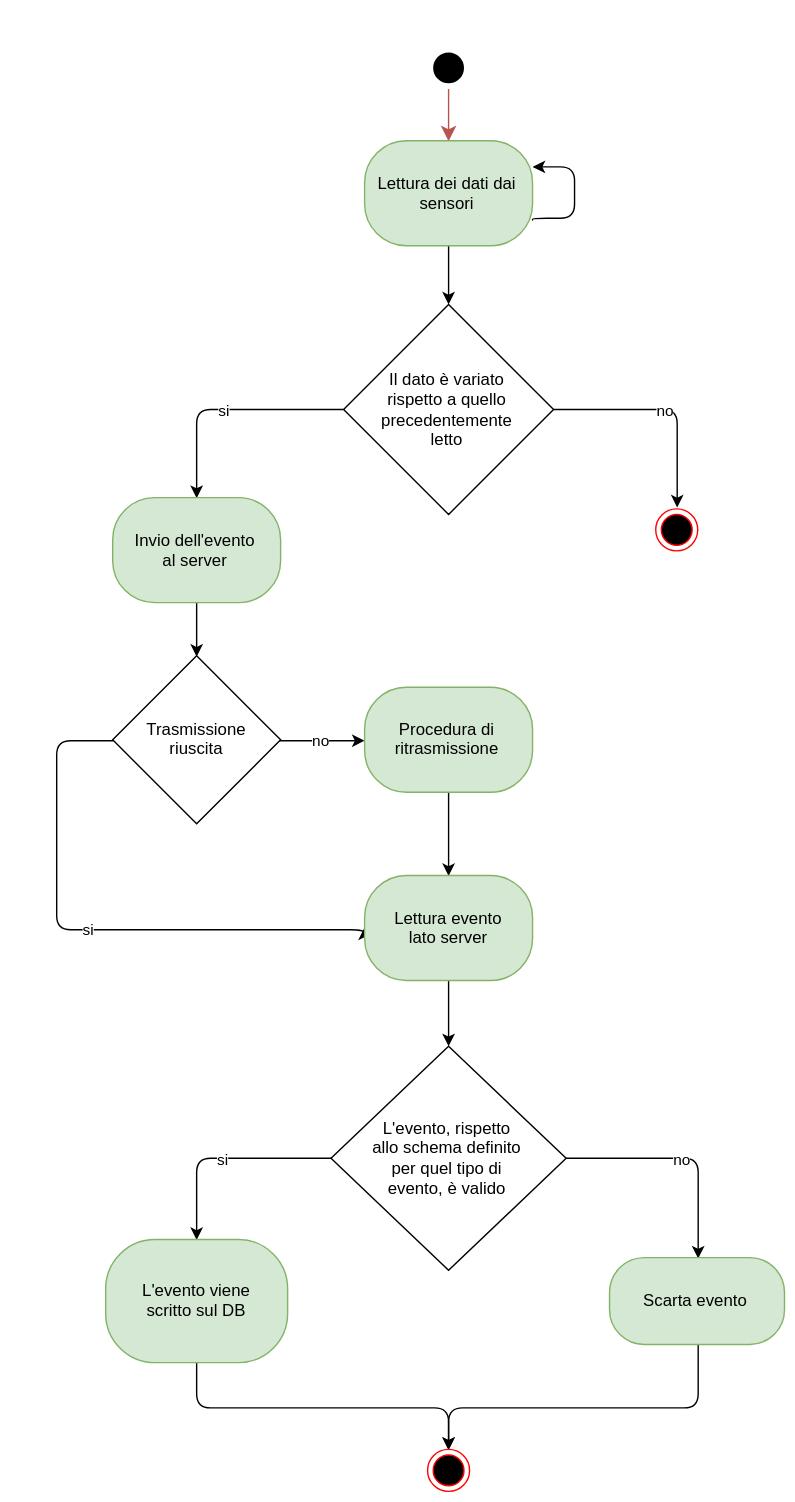
Above: resources/ValidazioneEvento.svg in Leaaaf/weatherment.io (draw.io), before the change. Source tidied: cells renumbered, new cells last; positions are measured from the earlier drawing's top-left corner, leaving out a move shared by most shapes.
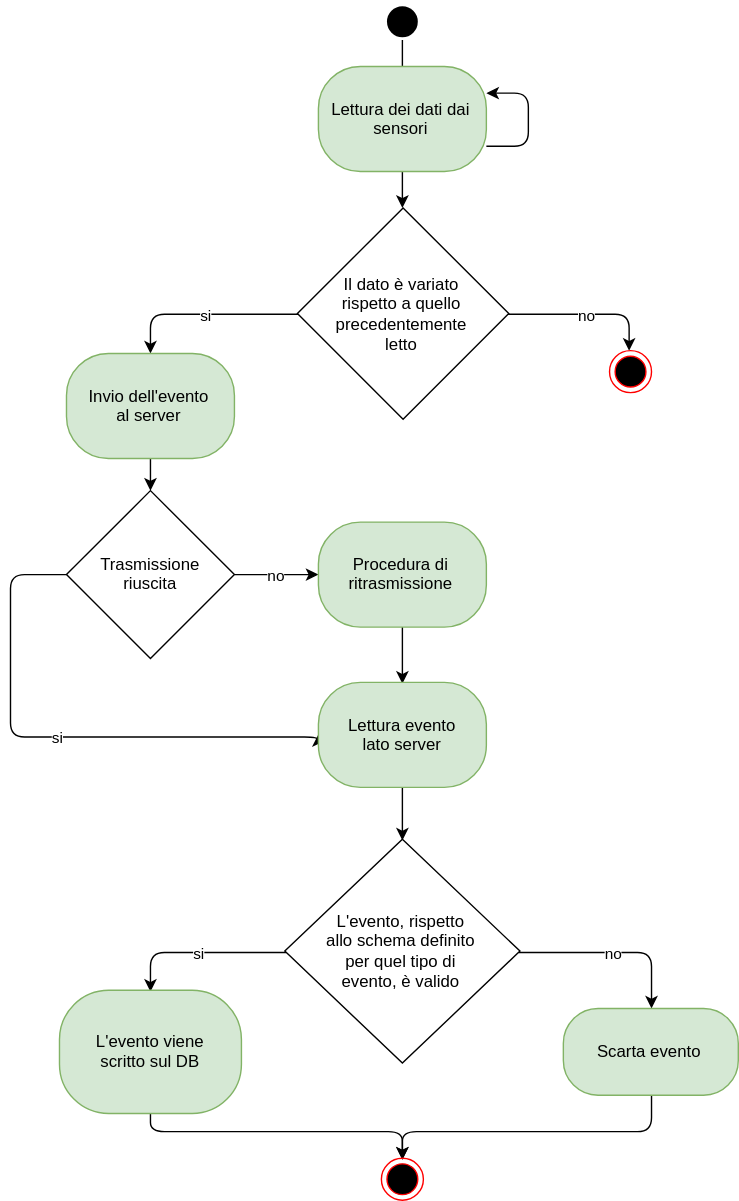
The same diagram one commit later.

Commit message:
Updated validazione evento

The edit, as a diff of the source:
```diff
@@ -2,26 +2,18 @@
   <root>
     <mxCell id="0" />
     <mxCell id="1" parent="0" />
+    <mxCell id="3" style="edgeStyle=orthogonalEdgeStyle;rounded=0;jettySize=auto;html=1;entryX=0.5;entryY=0;entryDx=0;entryDy=0;endArrow=none;endFill=0;" parent="1" edge="1" source="2" target="5">
+      <mxGeometry relative="1" as="geometry" />
+    </mxCell>
     <mxCell id="2" style="ellipse;html=1;shape=startState;fillColor=#000000;strokeColor=none;" parent="1" vertex="1">
-      <mxGeometry x="265" width="30" height="30" as="geometry" />
+      <mxGeometry x="265" y="-8" width="30" height="30" as="geometry" />
     </mxCell>
-    <mxCell id="3" style="edgeStyle=orthogonalEdgeStyle;html=1;verticalAlign=bottom;endArrow=classic;endSize=8;strokeColor=#b85450;entryX=0.5;entryY=0;entryDx=0;entryDy=0;endFill=1;fillColor=#f8cecc;" parent="1" edge="1" source="2" target="5">
-      <mxGeometry relative="1" as="geometry" />
-    </mxCell>
     <mxCell id="4" style="edgeStyle=orthogonalEdgeStyle;rounded=1;jettySize=auto;html=1;startArrow=none;startFill=0;endArrow=classic;endFill=1;strokeColor=#000000;entryX=0.5;entryY=0;entryDx=0;entryDy=0;" parent="1" edge="1" source="5" target="9">
       <mxGeometry relative="1" as="geometry" />
     </mxCell>
     <mxCell id="5" value="Lettura dei dati dai sensori" style="rounded=1;whiteSpace=wrap;html=1;arcSize=40;fillColor=#d5e8d4;strokeColor=#82b366;" parent="1" vertex="1">
-      <mxGeometry x="220" y="67" width="120" height="75" as="geometry" />
+      <mxGeometry x="220" y="39" width="120" height="75" as="geometry" />
     </mxCell>
-    <mxCell id="6" style="edgeStyle=orthogonalEdgeStyle;rounded=1;orthogonalLoop=1;jettySize=auto;html=1;exitX=1;exitY=0.25;exitDx=0;exitDy=0;entryX=1;entryY=0.75;entryDx=0;entryDy=0;endArrow=none;endFill=0;strokeColor=#000000;startArrow=classic;startFill=1;" parent="1" edge="1" source="5" target="5">
-      <mxGeometry relative="1" as="geometry">
-        <Array as="points">
-          <mxPoint x="370" y="86" />
-          <mxPoint x="370" y="123" />
-        </Array>
-      </mxGeometry>
-    </mxCell>
     <mxCell id="7" value="no" style="edgeStyle=orthogonalEdgeStyle;rounded=1;jettySize=auto;html=1;entryX=0.5;entryY=0;entryDx=0;entryDy=0;startArrow=none;startFill=0;endArrow=classic;endFill=1;strokeColor=#000000;" parent="1" edge="1" source="9" target="10">
       <mxGeometry relative="1" as="geometry" />
     </mxCell>
@@ -29,42 +21,42 @@
       <mxGeometry relative="1" as="geometry" />
     </mxCell>
     <mxCell id="9" value="Il dato è variato &lt;br&gt;rispetto a quello precedentemente &lt;br&gt;letto" style="rhombus;whiteSpace=wrap;html=1;strokeColor=#000000;rounded=0;" parent="1" vertex="1">
-      <mxGeometry x="205" y="184" width="150" height="150" as="geometry" />
+      <mxGeometry x="205" y="140" width="151" height="151" as="geometry" />
     </mxCell>
     <mxCell id="10" style="ellipse;html=1;shape=endState;fillColor=#000000;strokeColor=#ff0000;rounded=1;" parent="1" vertex="1">
-      <mxGeometry x="427.5" y="329.5" width="30" height="30" as="geometry" />
+      <mxGeometry x="427.5" y="241.5" width="30" height="30" as="geometry" />
     </mxCell>
     <mxCell id="11" style="edgeStyle=orthogonalEdgeStyle;rounded=1;jettySize=auto;html=1;entryX=0.5;entryY=0;entryDx=0;entryDy=0;startArrow=none;startFill=0;endArrow=classic;endFill=1;strokeColor=#000000;" parent="1" edge="1" source="12" target="15">
       <mxGeometry relative="1" as="geometry" />
     </mxCell>
     <mxCell id="12" value="Invio dell'evento&lt;br&gt;al server&lt;br&gt;" style="rounded=1;whiteSpace=wrap;html=1;arcSize=40;fillColor=#d5e8d4;strokeColor=#82b366;" parent="1" vertex="1">
-      <mxGeometry x="40" y="322" width="120" height="75" as="geometry" />
+      <mxGeometry x="40" y="244" width="120" height="75" as="geometry" />
     </mxCell>
     <mxCell id="13" value="no" style="edgeStyle=orthogonalEdgeStyle;rounded=1;jettySize=auto;html=1;entryX=0;entryY=0.5;entryDx=0;entryDy=0;startArrow=none;startFill=0;endArrow=classic;endFill=1;strokeColor=#000000;" parent="1" edge="1" source="15" target="17">
       <mxGeometry relative="1" as="geometry" />
     </mxCell>
-    <mxCell id="14" value="si" style="edgeStyle=orthogonalEdgeStyle;rounded=1;jettySize=auto;html=1;entryX=0;entryY=0.5;entryDx=0;entryDy=0;startArrow=none;startFill=0;endArrow=classic;endFill=1;strokeColor=#000000;" parent="1" edge="1" source="15" target="19">
+    <mxCell id="14" value="si" style="edgeStyle=orthogonalEdgeStyle;rounded=1;jettySize=auto;html=1;entryX=0;entryY=0.5;entryDx=0;entryDy=0;startArrow=none;startFill=0;endArrow=classic;endFill=1;strokeColor=#000000;exitX=0;exitY=0.5;exitDx=0;exitDy=0;" parent="1" edge="1" source="15" target="19">
       <mxGeometry relative="1" as="geometry">
         <Array as="points">
-          <mxPoint y="495" />
-          <mxPoint y="630" />
+          <mxPoint y="402" />
+          <mxPoint y="517" />
         </Array>
       </mxGeometry>
     </mxCell>
     <mxCell id="15" value="Trasmissione &lt;br&gt;riuscita" style="rhombus;whiteSpace=wrap;html=1;strokeColor=#000000;rounded=0;" parent="1" vertex="1">
-      <mxGeometry x="40" y="435" width="120" height="120" as="geometry" />
+      <mxGeometry x="40" y="342" width="120" height="120" as="geometry" />
     </mxCell>
     <mxCell id="16" style="edgeStyle=orthogonalEdgeStyle;rounded=1;jettySize=auto;html=1;entryX=0.5;entryY=0;entryDx=0;entryDy=0;startArrow=none;startFill=0;endArrow=classic;endFill=1;strokeColor=#000000;" parent="1" edge="1" source="17" target="19">
       <mxGeometry relative="1" as="geometry" />
     </mxCell>
     <mxCell id="17" value="Procedura di ritrasmissione&lt;br&gt;" style="rounded=1;whiteSpace=wrap;html=1;arcSize=40;fillColor=#d5e8d4;strokeColor=#82b366;" parent="1" vertex="1">
-      <mxGeometry x="220" y="457.5" width="120" height="75" as="geometry" />
+      <mxGeometry x="220" y="364.5" width="120" height="75" as="geometry" />
     </mxCell>
     <mxCell id="18" style="edgeStyle=orthogonalEdgeStyle;rounded=1;jettySize=auto;html=1;entryX=0.5;entryY=0;entryDx=0;entryDy=0;startArrow=none;startFill=0;endArrow=classic;endFill=1;strokeColor=#000000;" parent="1" edge="1" source="19" target="22">
       <mxGeometry relative="1" as="geometry" />
     </mxCell>
     <mxCell id="19" value="Lettura evento&lt;br&gt;lato server" style="rounded=1;whiteSpace=wrap;html=1;arcSize=40;fillColor=#d5e8d4;strokeColor=#82b366;" parent="1" vertex="1">
-      <mxGeometry x="220" y="592" width="120" height="75" as="geometry" />
+      <mxGeometry x="220" y="479" width="120" height="75" as="geometry" />
     </mxCell>
     <mxCell id="20" value="si" style="edgeStyle=orthogonalEdgeStyle;rounded=1;jettySize=auto;html=1;entryX=0.5;entryY=0;entryDx=0;entryDy=0;startArrow=none;startFill=0;endArrow=classic;endFill=1;strokeColor=#000000;" parent="1" edge="1" source="22" target="24">
       <mxGeometry relative="1" as="geometry" />
@@ -73,32 +65,39 @@
       <mxGeometry relative="1" as="geometry" />
     </mxCell>
     <mxCell id="22" value="L'evento, rispetto &lt;br&gt;allo schema definito &lt;br&gt;per quel tipo di &lt;br&gt;evento, è valido" style="rhombus;whiteSpace=wrap;html=1;strokeColor=#000000;rounded=0;" parent="1" vertex="1">
-      <mxGeometry x="196" y="714" width="168" height="160" as="geometry" />
+      <mxGeometry x="196" y="591" width="168" height="160" as="geometry" />
     </mxCell>
     <mxCell id="23" style="edgeStyle=orthogonalEdgeStyle;rounded=1;jettySize=auto;html=1;entryX=0.5;entryY=0;entryDx=0;entryDy=0;startArrow=none;startFill=0;endArrow=classic;endFill=1;strokeColor=#000000;" parent="1" edge="1" source="24" target="27">
       <mxGeometry relative="1" as="geometry">
         <Array as="points">
-          <mxPoint x="100" y="972" />
-          <mxPoint x="280" y="972" />
+          <mxPoint x="100" y="799" />
         </Array>
       </mxGeometry>
     </mxCell>
     <mxCell id="24" value="L'evento viene &lt;br&gt;scritto sul DB" style="rounded=1;whiteSpace=wrap;html=1;arcSize=40;fillColor=#d5e8d4;strokeColor=#82b366;" parent="1" vertex="1">
-      <mxGeometry x="35" y="852" width="130" height="88" as="geometry" />
+      <mxGeometry x="35" y="699" width="130" height="88" as="geometry" />
     </mxCell>
     <mxCell id="25" style="edgeStyle=orthogonalEdgeStyle;rounded=1;jettySize=auto;html=1;entryX=0.5;entryY=0;entryDx=0;entryDy=0;startArrow=none;startFill=0;endArrow=classic;endFill=1;strokeColor=#000000;" parent="1" edge="1" source="26" target="27">
       <mxGeometry relative="1" as="geometry">
         <Array as="points">
-          <mxPoint x="458" y="972" />
-          <mxPoint x="280" y="972" />
+          <mxPoint x="458" y="799" />
+          <mxPoint x="280" y="799" />
         </Array>
       </mxGeometry>
     </mxCell>
     <mxCell id="26" value="Scarta evento" style="rounded=1;whiteSpace=wrap;html=1;arcSize=40;fillColor=#d5e8d4;strokeColor=#82b366;" parent="1" vertex="1">
-      <mxGeometry x="395" y="865" width="125" height="62" as="geometry" />
+      <mxGeometry x="395" y="712" width="125" height="62" as="geometry" />
     </mxCell>
     <mxCell id="27" style="ellipse;html=1;shape=endState;fillColor=#000000;strokeColor=#ff0000;rounded=0;" parent="1" vertex="1">
-      <mxGeometry x="265" y="1002" width="30" height="30" as="geometry" />
+      <mxGeometry x="265" y="819" width="30" height="30" as="geometry" />
     </mxCell>
+    <mxCell id="6" style="edgeStyle=orthogonalEdgeStyle;rounded=1;orthogonalLoop=1;jettySize=auto;html=1;exitX=1;exitY=0.75;exitDx=0;exitDy=0;entryX=1;entryY=0.25;entryDx=0;entryDy=0;endArrow=classic;endFill=1;strokeColor=#000000;" parent="1" edge="1" source="5" target="5">
+      <mxGeometry relative="1" as="geometry">
+        <Array as="points">
+          <mxPoint x="370" y="95" />
+          <mxPoint x="370" y="58" />
+        </Array>
+      </mxGeometry>
+    </mxCell>
   </root>
 </mxGraphModel>
```
